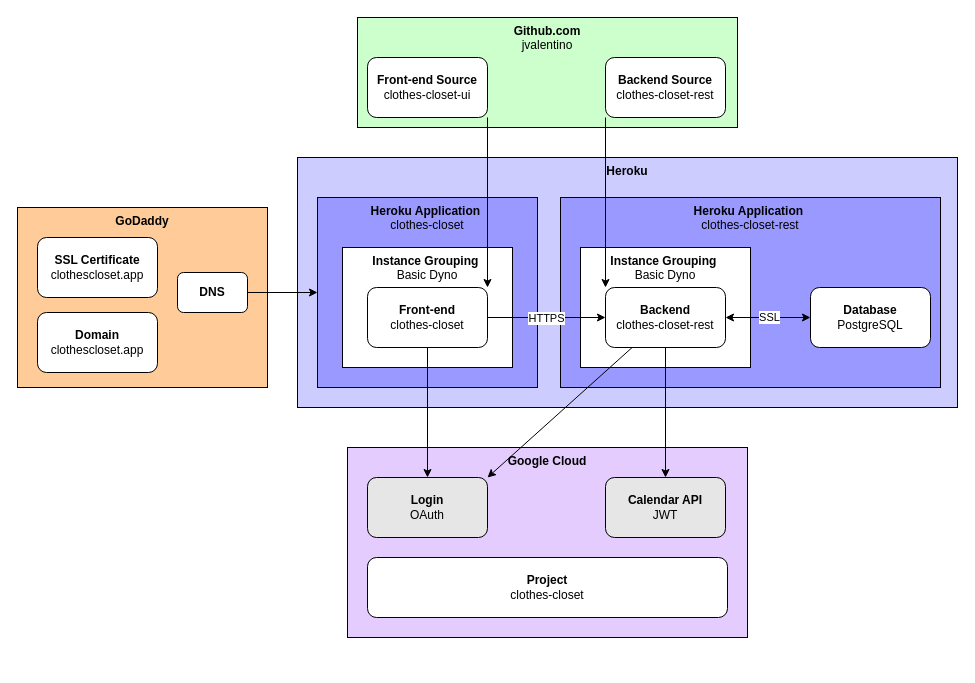
This is clothes-closet.drawio from jvalentino/clothes-closet-wiki, a draw.io file, before an edit. Source tidied: cells renumbered, new cells numbered last; positions are measured from the earlier drawing's top-left corner, leaving out a move shared by most shapes. Both pictures are drawn from the tidied source at 100%, with x=0, y=0 at pixel (17, 17).
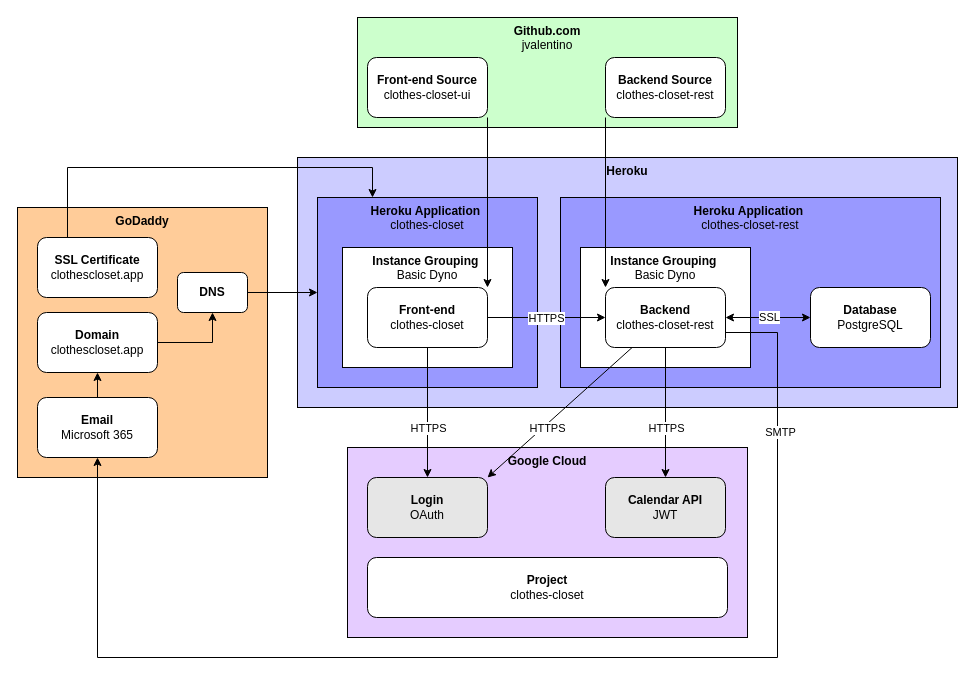
After the change.

Unchanged cells that the change refers to:
```xml
<mxCell id="6" value="&lt;b&gt;Heroku Application&amp;nbsp;&lt;br&gt;&lt;/b&gt;clothes-closet" style="rounded=0;whiteSpace=wrap;html=1;verticalAlign=top;fillColor=#9999FF;" parent="1" vertex="1">
  <mxGeometry x="300" y="180" width="220" height="190" as="geometry" />
</mxCell>
<mxCell id="12" style="edgeStyle=orthogonalEdgeStyle;rounded=0;jettySize=auto;html=1;startArrow=none;startFill=0;endArrow=classic;endFill=1;" parent="1" edge="1" source="13" target="24">
  <mxGeometry relative="1" as="geometry" />
</mxCell>
<mxCell id="16" style="edgeStyle=orthogonalEdgeStyle;rounded=0;jettySize=auto;html=1;startArrow=none;startFill=0;endArrow=classic;endFill=1;" parent="1" edge="1" source="18" target="25">
  <mxGeometry relative="1" as="geometry" />
</mxCell>
<mxCell id="17" style="rounded=0;jettySize=auto;html=1;entryX=1;entryY=0;entryDx=0;entryDy=0;startArrow=none;startFill=0;endArrow=classic;endFill=1;" parent="1" edge="1" source="18" target="24">
  <mxGeometry relative="1" as="geometry" />
</mxCell>
<mxCell id="18" value="&lt;b&gt;Backend&lt;br&gt;&lt;/b&gt;clothes-closet-rest" style="rounded=1;whiteSpace=wrap;html=1;" parent="1" vertex="1">
  <mxGeometry x="588" y="270" width="120" height="60" as="geometry" />
</mxCell>
<mxCell id="27" value="&lt;b&gt;Domain&lt;br&gt;&lt;/b&gt;clothescloset.app" style="rounded=1;whiteSpace=wrap;html=1;" parent="1" vertex="1">
  <mxGeometry x="20" y="295" width="120" height="60" as="geometry" />
</mxCell>
<mxCell id="28" value="&lt;b&gt;SSL Certificate&lt;br&gt;&lt;/b&gt;clothescloset.app" style="rounded=1;whiteSpace=wrap;html=1;" parent="1" vertex="1">
  <mxGeometry x="20" y="220" width="120" height="60" as="geometry" />
</mxCell>
<mxCell id="30" value="&lt;b&gt;DNS&lt;/b&gt;" style="rounded=1;whiteSpace=wrap;html=1;" parent="1" vertex="1">
  <mxGeometry x="160" y="255" width="70" height="40" as="geometry" />
</mxCell>
```

The edit, as a diff of the source:
```diff
@@
     <mxCell id="2" value="&lt;b&gt;GoDaddy&lt;/b&gt;" style="rounded=0;whiteSpace=wrap;html=1;verticalAlign=top;fillColor=#FFCC99;" parent="1" vertex="1">
-      <mxGeometry y="190" width="250" height="180" as="geometry" />
+      <mxGeometry y="190" width="250" height="270" as="geometry" />
     </mxCell>
@@
+    <mxCell id="31" value="HTTPS" style="edgeLabel;html=1;align=center;verticalAlign=middle;" parent="12" vertex="1">
+      <mxGeometry x="-0.03" y="-1" relative="1" as="geometry">
+        <mxPoint x="1" y="17" as="offset" />
+      </mxGeometry>
+    </mxCell>
@@
+    <mxCell id="32" value="HTTPS" style="edgeLabel;html=1;align=center;verticalAlign=middle;" parent="16" vertex="1">
+      <mxGeometry x="-0.26" y="-3" relative="1" as="geometry">
+        <mxPoint x="3" y="32" as="offset" />
+      </mxGeometry>
+    </mxCell>
@@
+    <mxCell id="33" value="HTTPS" style="edgeLabel;html=1;align=center;verticalAlign=middle;" parent="17" vertex="1">
+      <mxGeometry x="-0.13" y="-3" relative="1" as="geometry">
+        <mxPoint x="-20" y="26" as="offset" />
+      </mxGeometry>
+    </mxCell>
@@
+    <mxCell id="34" style="edgeStyle=orthogonalEdgeStyle;rounded=0;jettySize=auto;html=1;entryX=0.5;entryY=1;entryDx=0;entryDy=0;" parent="1" edge="1" source="27" target="30">
+      <mxGeometry relative="1" as="geometry" />
+    </mxCell>
@@
+    <mxCell id="35" style="edgeStyle=orthogonalEdgeStyle;rounded=0;jettySize=auto;html=1;entryX=0.25;entryY=0;entryDx=0;entryDy=0;exitX=0.25;exitY=0;exitDx=0;exitDy=0;" parent="1" edge="1" source="28" target="6">
+      <mxGeometry relative="1" as="geometry">
+        <Array as="points">
+          <mxPoint x="50" y="150" />
+          <mxPoint x="355" y="150" />
+        </Array>
+      </mxGeometry>
+    </mxCell>
@@
+    <mxCell id="36" style="edgeStyle=orthogonalEdgeStyle;rounded=0;jettySize=auto;html=1;" parent="1" edge="1" source="37" target="27">
+      <mxGeometry relative="1" as="geometry" />
+    </mxCell>
+    <mxCell id="37" value="&lt;b&gt;Email&lt;br&gt;&lt;/b&gt;Microsoft 365" style="rounded=1;whiteSpace=wrap;html=1;" parent="1" vertex="1">
+      <mxGeometry x="20" y="380" width="120" height="60" as="geometry" />
+    </mxCell>
+    <mxCell id="38" style="edgeStyle=orthogonalEdgeStyle;rounded=0;jettySize=auto;html=1;entryX=0.5;entryY=1;entryDx=0;entryDy=0;exitX=1;exitY=0.75;exitDx=0;exitDy=0;" parent="1" edge="1" source="18" target="37">
+      <mxGeometry relative="1" as="geometry">
+        <Array as="points">
+          <mxPoint x="760" y="315" />
+          <mxPoint x="760" y="640" />
+          <mxPoint x="80" y="640" />
+        </Array>
+      </mxGeometry>
+    </mxCell>
+    <mxCell id="39" value="SMTP" style="edgeLabel;html=1;align=center;verticalAlign=middle;" parent="38" vertex="1">
+      <mxGeometry x="-0.76" y="2" relative="1" as="geometry" />
+    </mxCell>
```
